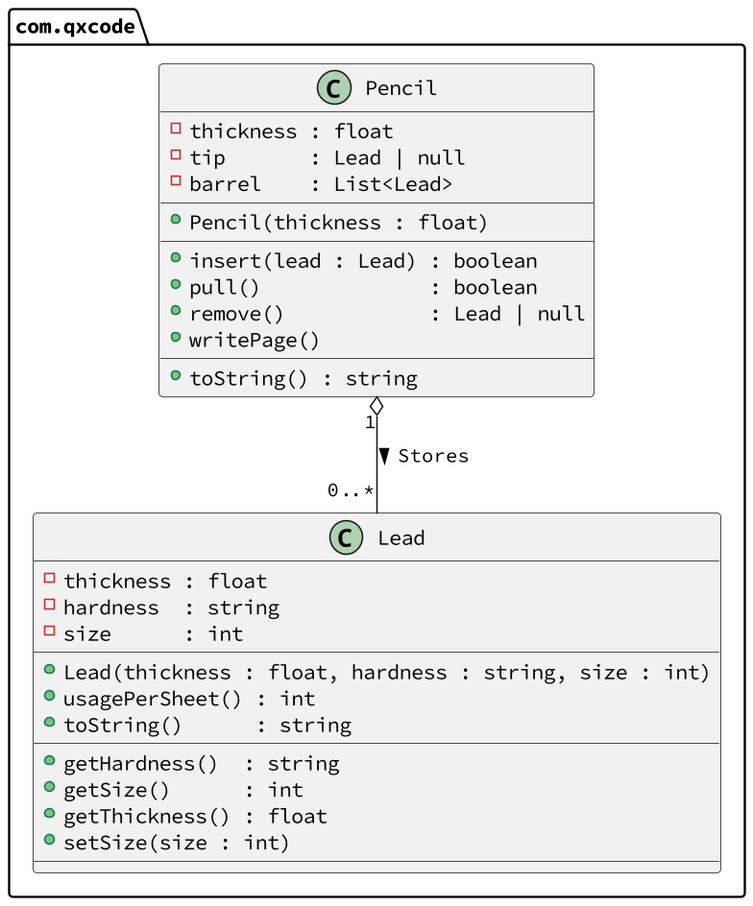
Above: base/020/diagrama.png in qxcodepoo/arcade (PlantUML), before the change. The source it was exported from:
```plantuml
@startuml

skinparam defaultFontName Hasklig
skinparam dpi 150

package com.qxcode {
  class Lead {
    - thickness : float
    - hardness  : string
    - size      : int
    __
    + Lead(thickness : float, hardness : string, size : int)
    + usagePerSheet() : int
    + toString()      : string
    __
    + getHardness()  : string
    + getSize()      : int
    + getThickness() : float
    + setSize(size : int)
    __
  }
  class Pencil {
    - thickness : float
    - tip       : Lead | null
    - barrel    : List<Lead>
    __
    + Pencil(thickness : float)
    __
    + insert(lead : Lead) : boolean
    + pull()              : boolean
    + remove()            : Lead | null
    + writePage()
    __
    + toString() : string
  }
}
Pencil "1" o--  "0..*" Lead : > Stores
@enduml
```
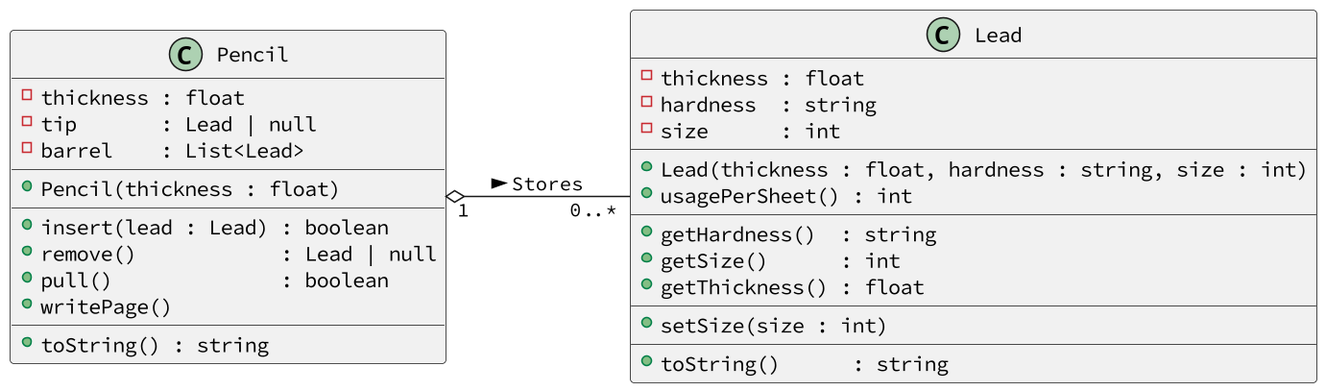
The same file after the commit.

Diff of the diagram source:
```diff
@@ -1,25 +1,24 @@
 @startuml
-
 skinparam defaultFontName Hasklig
 skinparam dpi 150
-
-package com.qxcode {
-  class Lead {
+left to right direction
+class Lead {
     - thickness : float
     - hardness  : string
     - size      : int
     __
     + Lead(thickness : float, hardness : string, size : int)
     + usagePerSheet() : int
-    + toString()      : string
     __
     + getHardness()  : string
     + getSize()      : int
     + getThickness() : float
+    __
     + setSize(size : int)
     __
-  }
-  class Pencil {
+    + toString()      : string
+}
+class Pencil {
     - thickness : float
     - tip       : Lead | null
     - barrel    : List<Lead>
@@ -27,12 +26,11 @@
     + Pencil(thickness : float)
     __
     + insert(lead : Lead) : boolean
+    + remove()            : Lead | null
     + pull()              : boolean
-    + remove()            : Lead | null
     + writePage()
     __
     + toString() : string
-  }
 }
 Pencil "1" o--  "0..*" Lead : > Stores
 @enduml
```
